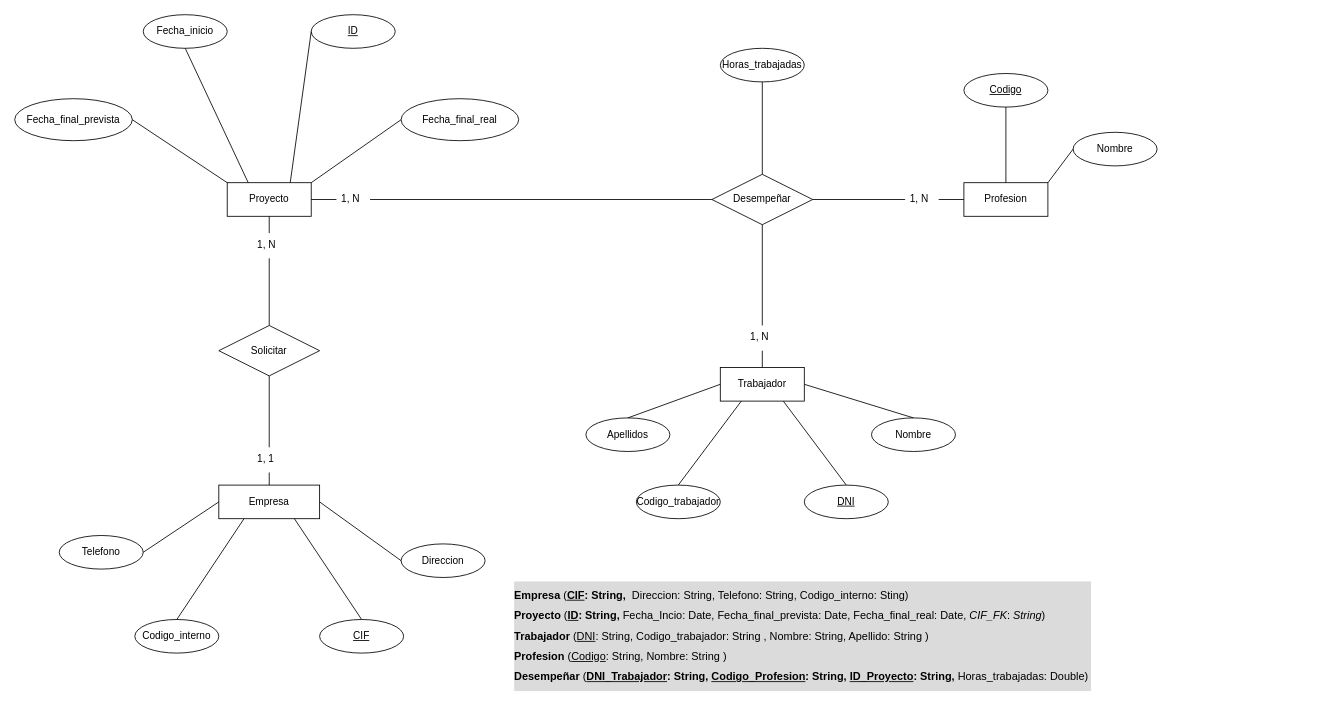
Before: Actividad_12_C3_UD12.drawio in jordimall/jmg-tsys-ta12diagramasER-drawio-111023, a draw.io diagram. Source tidied: cells renumbered, new cells numbered last; positions are measured from the earlier drawing's top-left corner, leaving out a move shared by most shapes. Both pictures are drawn from the tidied source at 84%, with x=0, y=0 at pixel (14, 14).
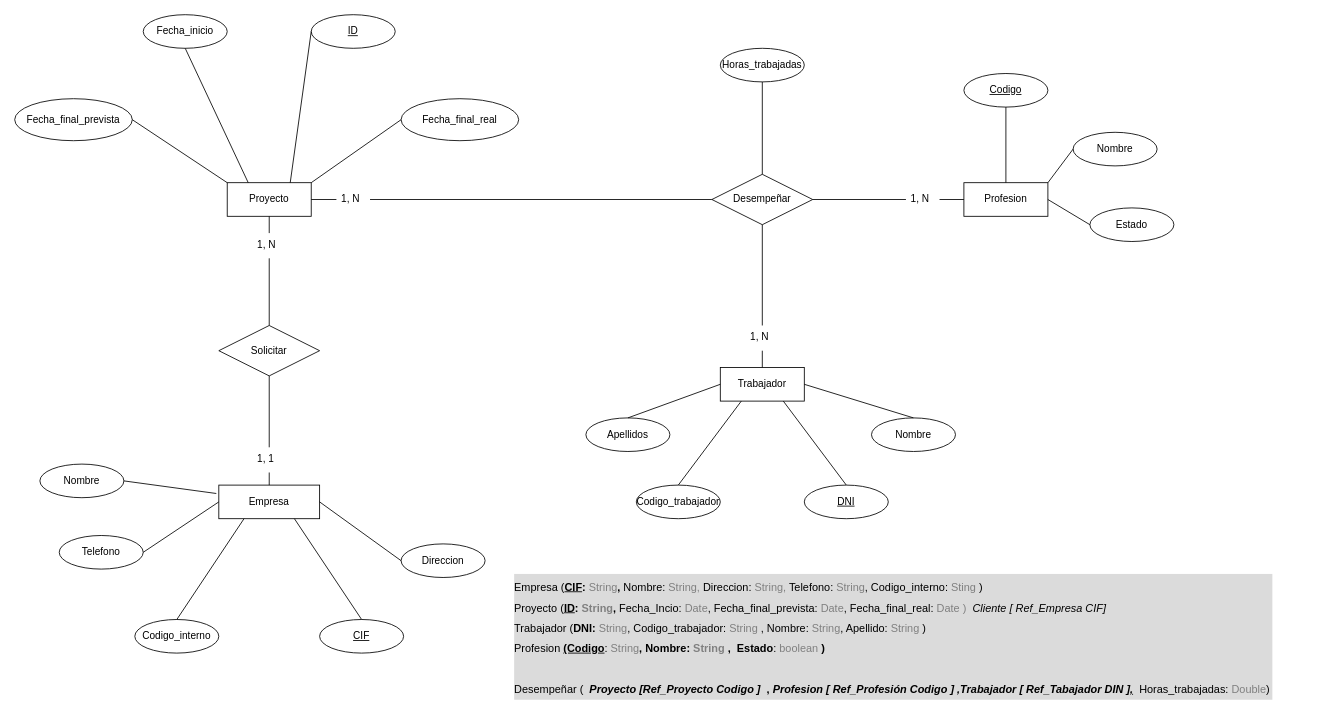
The same page after the edit.

Unchanged cells that the change refers to:
```xml
<mxCell id="5" value="Profesion" style="whiteSpace=wrap;html=1;align=center;rounded=0;" parent="1" vertex="1">
  <mxGeometry x="1130" y="200" width="100" height="40" as="geometry" />
</mxCell>
```

Change to the diagram source:
```diff
@@
     <mxCell id="42" value="1, N" style="text;strokeColor=none;fillColor=none;spacingLeft=4;spacingRight=4;overflow=hidden;points=[[0,0.5],[1,0.5]];portConstraint=eastwest;fontSize=12;whiteSpace=wrap;html=1;rounded=0;" parent="1" vertex="1">
-      <mxGeometry x="1060" y="205" width="40" height="30" as="geometry" />
+      <mxGeometry x="1061" y="205" width="40" height="30" as="geometry" />
     </mxCell>
@@
-    <mxCell id="53" value="&lt;h1 style=&quot;font-size: 13px;&quot;&gt;&lt;font style=&quot;font-size: 13px;&quot;&gt;Empresa &lt;span style=&quot;font-weight: normal;&quot;&gt;(&lt;/span&gt;&lt;u style=&quot;&quot;&gt;CIF&lt;/u&gt;: String,&amp;nbsp; &lt;span style=&quot;font-weight: normal;&quot;&gt;Direccion: String, Telefono: String, Codigo_interno: Sting)&lt;/span&gt;&lt;/font&gt;&lt;/h1&gt;&lt;h1 style=&quot;line-height: 120%; font-size: 13px;&quot;&gt;&lt;font style=&quot;font-size: 13px;&quot;&gt;Proyecto &lt;span style=&quot;font-weight: normal;&quot;&gt;(&lt;/span&gt;&lt;u&gt;ID&lt;/u&gt;: String, &lt;span style=&quot;font-weight: normal;&quot;&gt;Fecha_Incio: Date, Fecha_final_prevista: Date, Fecha_final_real: Date,&amp;nbsp;&lt;/span&gt;&lt;span style=&quot;font-weight: normal;&quot;&gt;&lt;i&gt;CIF_FK&lt;/i&gt;&lt;/span&gt;&lt;span style=&quot;font-weight: normal;&quot;&gt;: &lt;i&gt;String&lt;/i&gt;)&amp;nbsp;&amp;nbsp;&lt;/span&gt;&lt;/font&gt;&lt;/h1&gt;&lt;h1 style=&quot;line-height: 120%; font-size: 13px;&quot;&gt;Trabajador &lt;span style=&quot;font-weight: normal;&quot;&gt;(&lt;/span&gt;&lt;u style=&quot;font-weight: normal;&quot;&gt;DNI&lt;/u&gt;&lt;span style=&quot;font-weight: normal;&quot;&gt;: String&lt;/span&gt;&lt;span style=&quot;font-weight: normal;&quot;&gt;, Codigo_trabajador: String , Nombre: String, Apellido: String )&lt;/span&gt;&lt;/h1&gt;&lt;h1 style=&quot;line-height: 120%; font-size: 13px;&quot;&gt;Profesion &lt;span style=&quot;font-weight: normal;&quot;&gt;(&lt;/span&gt;&lt;u style=&quot;font-weight: normal;&quot;&gt;Codigo&lt;/u&gt;&lt;span style=&quot;font-weight: normal;&quot;&gt;: String&lt;/span&gt;&lt;span style=&quot;font-weight: normal;&quot;&gt;, Nombre: String )&lt;/span&gt;&lt;/h1&gt;&lt;h1 style=&quot;font-size: 13px;&quot;&gt;&lt;font style=&quot;font-size: 13px;&quot;&gt;Desempeñar &lt;span style=&quot;font-weight: normal;&quot;&gt;(&lt;/span&gt;&lt;u style=&quot;&quot;&gt;DNI_Trabajador&lt;/u&gt;: String, &lt;u style=&quot;&quot;&gt;Codigo_Profesion&lt;/u&gt;: String, &lt;u style=&quot;&quot;&gt;ID_Proyecto&lt;/u&gt;: String, &lt;span style=&quot;font-weight: normal;&quot;&gt;Horas_trabajadas: Double)&amp;nbsp;&lt;/span&gt;&lt;/font&gt;&lt;/h1&gt;" style="text;html=1;strokeColor=none;fillColor=none;spacing=5;spacingTop=0;whiteSpace=wrap;overflow=hidden;rounded=0;labelBackgroundColor=#dbdbdb;verticalAlign=middle;align=left;spacingBottom=0;dashed=1;" parent="1" vertex="1">
-      <mxGeometry x="590" y="660" width="700" height="160" as="geometry" />
+    <mxCell id="53" value="&lt;h1 style=&quot;font-size: 13px;&quot;&gt;&lt;font style=&quot;font-size: 13px;&quot;&gt;&lt;span style=&quot;font-weight: normal;&quot;&gt;Empresa&lt;/span&gt; &lt;span style=&quot;font-weight: normal;&quot;&gt;(&lt;/span&gt;&lt;u style=&quot;&quot;&gt;CIF&lt;/u&gt;: &lt;font style=&quot;font-weight: normal; font-size: 13px;&quot; color=&quot;#808080&quot;&gt;String&lt;/font&gt;, &lt;span style=&quot;font-weight: normal;&quot;&gt;Nombre&lt;/span&gt;&lt;/font&gt;&lt;span style=&quot;font-weight: normal;&quot;&gt;:&lt;/span&gt;&amp;nbsp;&lt;font style=&quot;font-weight: normal; border-color: var(--border-color);&quot; color=&quot;#808080&quot;&gt;String,&amp;nbsp;&lt;/font&gt;&lt;span style=&quot;font-weight: normal;&quot;&gt;Direccion:&lt;/span&gt; &lt;font style=&quot;font-weight: normal;&quot; color=&quot;#808080&quot;&gt;String,&lt;/font&gt;&lt;span style=&quot;font-weight: normal;&quot;&gt; Telefono: &lt;/span&gt;&lt;font style=&quot;font-weight: normal;&quot; color=&quot;#808080&quot;&gt;String&lt;/font&gt;&lt;span style=&quot;font-weight: normal;&quot;&gt;, Codigo_interno: &lt;/span&gt;&lt;font style=&quot;font-weight: normal;&quot; color=&quot;#808080&quot;&gt;Sting &lt;/font&gt;&lt;span style=&quot;font-weight: normal;&quot;&gt;)&lt;/span&gt;&lt;/h1&gt;&lt;h1 style=&quot;line-height: 120%; font-size: 13px;&quot;&gt;&lt;font style=&quot;font-size: 13px;&quot;&gt;&lt;span style=&quot;font-weight: normal;&quot;&gt;Proyecto&lt;/span&gt; &lt;span style=&quot;font-weight: normal;&quot;&gt;(&lt;/span&gt;&lt;u&gt;ID&lt;/u&gt;: &lt;font style=&quot;font-size: 13px;&quot; color=&quot;#808080&quot;&gt;String&lt;/font&gt;, &lt;span style=&quot;font-weight: normal;&quot;&gt;Fecha_Incio: &lt;font style=&quot;font-size: 13px;&quot; color=&quot;#808080&quot;&gt;Date&lt;/font&gt;, Fecha_final_prevista: &lt;font style=&quot;font-size: 13px;&quot; color=&quot;#808080&quot;&gt;Date&lt;/font&gt;, Fecha_final_real: &lt;font style=&quot;font-size: 13px;&quot; color=&quot;#808080&quot;&gt;Date )&lt;/font&gt;&lt;/span&gt;&lt;span style=&quot;font-weight: normal;&quot;&gt;&amp;nbsp;&amp;nbsp;&lt;i&gt;Cliente [ Ref_Empresa CIF]&amp;nbsp;&lt;/i&gt;&lt;/span&gt;&lt;/font&gt;&lt;/h1&gt;&lt;h1 style=&quot;line-height: 120%; font-size: 13px;&quot;&gt;&lt;font style=&quot;font-size: 13px;&quot;&gt;&lt;span style=&quot;font-weight: normal;&quot;&gt;Trabajador&lt;/span&gt; &lt;span style=&quot;font-weight: normal;&quot;&gt;(&lt;/span&gt;DNI:&lt;span style=&quot;font-weight: normal;&quot;&gt; &lt;font style=&quot;font-size: 13px;&quot; color=&quot;#808080&quot;&gt;String&lt;/font&gt;&lt;/span&gt;&lt;span style=&quot;font-weight: normal;&quot;&gt;, Codigo_trabajador: &lt;font style=&quot;font-size: 13px;&quot; color=&quot;#808080&quot;&gt;String&lt;/font&gt; , Nombre: &lt;font style=&quot;font-size: 13px;&quot; color=&quot;#808080&quot;&gt;String&lt;/font&gt;, Apellido: &lt;font style=&quot;font-size: 13px;&quot; color=&quot;#808080&quot;&gt;String&lt;/font&gt; )&lt;/span&gt;&lt;/font&gt;&lt;/h1&gt;&lt;h1 style=&quot;line-height: 120%; font-size: 13px;&quot;&gt;&lt;font style=&quot;font-size: 13px;&quot;&gt;&lt;span style=&quot;font-weight: normal;&quot;&gt;Profesion&lt;/span&gt; &lt;u&gt;(Codigo&lt;/u&gt;&lt;span style=&quot;font-weight: normal;&quot;&gt;: &lt;font style=&quot;font-size: 13px;&quot; color=&quot;#808080&quot;&gt;String&lt;/font&gt;&lt;/span&gt;, Nombre:&lt;font style=&quot;font-size: 13px;&quot; color=&quot;#808080&quot;&gt; String&lt;/font&gt;&amp;nbsp;,&amp;nbsp;&lt;/font&gt;&amp;nbsp;Estado&lt;span style=&quot;font-weight: normal;&quot;&gt;:&lt;/span&gt;&lt;font style=&quot;font-weight: normal; border-color: var(--border-color);&quot; color=&quot;#808080&quot;&gt;&amp;nbsp;boolean&lt;/font&gt;&lt;span style=&quot;font-weight: normal;&quot;&gt;&amp;nbsp;&lt;/span&gt;)&lt;/h1&gt;&lt;div&gt;&lt;font style=&quot;font-size: 13px;&quot;&gt;&lt;span style=&quot;font-weight: normal;&quot;&gt;&lt;br&gt;&lt;/span&gt;&lt;/font&gt;&lt;/div&gt;&lt;h1 style=&quot;font-size: 13px;&quot;&gt;&lt;font style=&quot;font-size: 13px;&quot;&gt;&lt;span style=&quot;font-weight: normal;&quot;&gt;Desempeñar&lt;/span&gt; &lt;span style=&quot;font-weight: normal;&quot;&gt;(&lt;/span&gt;&lt;i&gt;&amp;nbsp; Proyecto [Ref_Proyecto Codigo ]&amp;nbsp;&lt;/i&gt; ,&amp;nbsp;&lt;/font&gt;&lt;i style=&quot;border-color: var(--border-color);&quot;&gt;Profesion [ Ref_Profesión Codigo ] ,&lt;/i&gt;&lt;i style=&quot;border-color: var(--border-color);&quot;&gt;T&lt;/i&gt;&lt;i style=&quot;border-color: var(--border-color);&quot;&gt;rabajador [ Ref_Tabajador DIN&amp;nbsp;&lt;u style=&quot;border-color: var(--border-color);&quot;&gt;],&lt;/u&gt;&amp;nbsp;&lt;/i&gt;&lt;i style=&quot;font-weight: normal; border-color: var(--border-color);&quot;&gt;&amp;nbsp;&lt;/i&gt;&lt;span style=&quot;font-weight: normal;&quot;&gt;Horas_trabajadas:&lt;/span&gt;&lt;font style=&quot;font-weight: normal;&quot; color=&quot;#808080&quot;&gt; Double&lt;/font&gt;&lt;span style=&quot;font-weight: normal;&quot;&gt;)&amp;nbsp;&lt;/span&gt;&lt;/h1&gt;" style="text;html=1;strokeColor=none;fillColor=none;spacing=5;spacingTop=0;whiteSpace=wrap;overflow=hidden;rounded=0;labelBackgroundColor=#dbdbdb;verticalAlign=middle;align=left;spacingBottom=0;dashed=1;" parent="1" vertex="1">
+      <mxGeometry x="590" y="660" width="970" height="160" as="geometry" />
     </mxCell>
+    <mxCell id="54" value="Nombre" style="ellipse;whiteSpace=wrap;html=1;align=center;" parent="1" vertex="1">
+      <mxGeometry x="30" y="535" width="100" height="40" as="geometry" />
+    </mxCell>
+    <mxCell id="55" style="endArrow=none;html=1;rounded=0;exitX=1;exitY=0.5;exitDx=0;exitDy=0;" parent="1" edge="1" source="54">
+      <mxGeometry relative="1" as="geometry">
+        <mxPoint x="240" y="570" as="targetPoint" />
+      </mxGeometry>
+    </mxCell>
+    <mxCell id="56" value="Estado" style="ellipse;whiteSpace=wrap;html=1;align=center;" parent="1" vertex="1">
+      <mxGeometry x="1280" y="230" width="100" height="40" as="geometry" />
+    </mxCell>
+    <mxCell id="57" style="endArrow=none;html=1;rounded=0;entryX=0;entryY=0.5;entryDx=0;entryDy=0;exitX=1;exitY=0.5;exitDx=0;exitDy=0;" parent="1" edge="1" source="5" target="56">
+      <mxGeometry relative="1" as="geometry" />
+    </mxCell>
```
